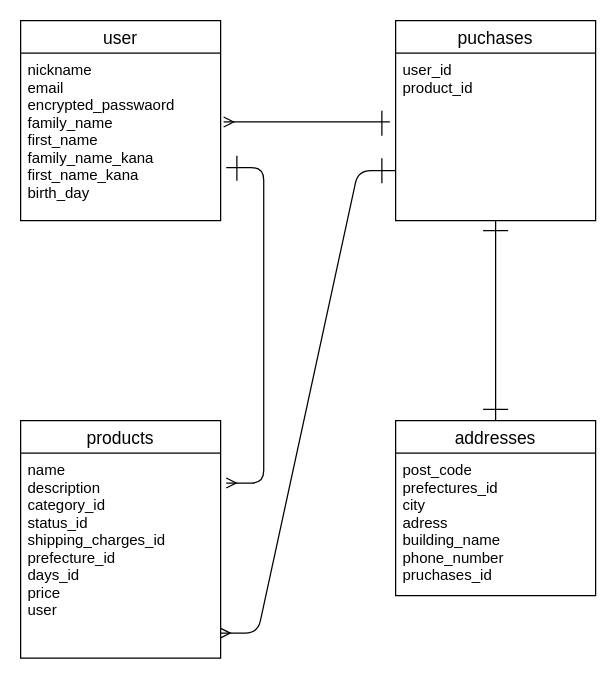
Earlier version of the draw.io diagram firima.dio (Kawase-Ryo/furima-38243). Source tidied: cells renumbered, new cells numbered last; positions are measured from the earlier drawing's top-left corner, leaving out a move shared by most shapes. Both pictures are drawn from the tidied source at 125%, with x=0, y=0 at pixel (20, 20).
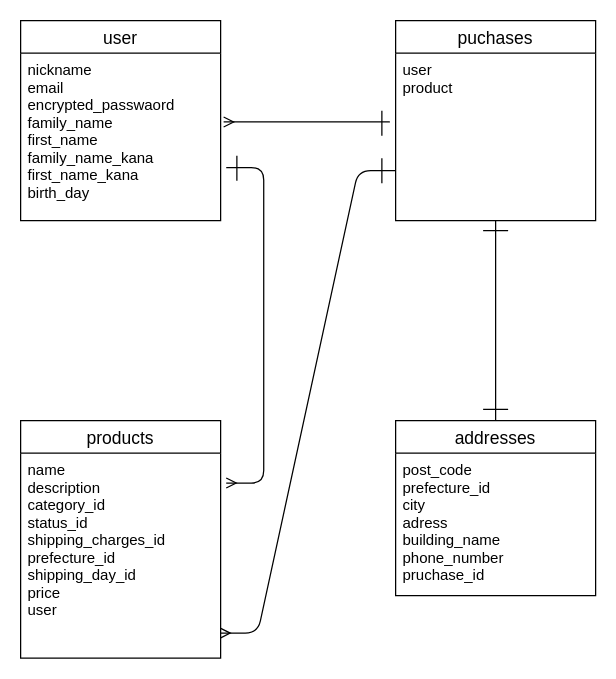
Above is the later version.

Commit message (it also covers changes not shown here):
データベース設計-20

Change to the diagram source:
```diff
@@
 <mxGraphModel>
   <root>
     <mxCell id="0" />
     <mxCell id="1" parent="0" />
     <mxCell id="2" value="user" style="swimlane;fontStyle=0;horizontal=1;startSize=26;align=center;fontSize=14;" parent="1" vertex="1">
       <mxGeometry width="160" height="160" as="geometry" />
     </mxCell>
     <mxCell id="3" value="nickname&#10;email&#10;encrypted_passwaord&#10;family_name&#10;first_name&#10;family_name_kana&#10;first_name_kana&#10;birth_day" style="text;strokeColor=none;fillColor=none;spacingLeft=4;spacingRight=4;overflow=hidden;points=[[0,0.5],[1,0.5]];portConstraint=eastwest;fontSize=12;" parent="2" vertex="1">
       <mxGeometry y="26" width="160" height="134" as="geometry" />
     </mxCell>
     <mxCell id="4" value="puchases" style="swimlane;fontStyle=0;horizontal=1;startSize=26;align=center;fontSize=14;" parent="1" vertex="1">
       <mxGeometry x="300" width="160" height="160" as="geometry" />
     </mxCell>
-    <mxCell id="5" value="user_id&#10;product_id" style="text;strokeColor=none;fillColor=none;spacingLeft=4;spacingRight=4;overflow=hidden;points=[[0,0.5],[1,0.5]];portConstraint=eastwest;fontSize=12;" parent="4" vertex="1">
+    <mxCell id="5" value="user&#10;product" style="text;strokeColor=none;fillColor=none;spacingLeft=4;spacingRight=4;overflow=hidden;points=[[0,0.5],[1,0.5]];portConstraint=eastwest;fontSize=12;" parent="4" vertex="1">
       <mxGeometry y="26" width="160" height="134" as="geometry" />
     </mxCell>
     <mxCell id="6" value="products" style="swimlane;fontStyle=0;horizontal=1;startSize=26;align=center;fontSize=14;" parent="1" vertex="1">
       <mxGeometry y="320" width="160" height="190" as="geometry" />
     </mxCell>
-    <mxCell id="7" value="name&#10;description&#10;category_id&#10;status_id&#10;shipping_charges_id&#10;prefecture_id&#10;days_id&#10;price&#10;user" style="text;strokeColor=none;fillColor=none;spacingLeft=4;spacingRight=4;overflow=hidden;points=[[0,0.5],[1,0.5]];portConstraint=eastwest;fontSize=12;" parent="6" vertex="1">
+    <mxCell id="7" value="name&#10;description&#10;category_id&#10;status_id&#10;shipping_charges_id&#10;prefecture_id&#10;shipping_day_id&#10;price&#10;user" style="text;strokeColor=none;fillColor=none;spacingLeft=4;spacingRight=4;overflow=hidden;points=[[0,0.5],[1,0.5]];portConstraint=eastwest;fontSize=12;" parent="6" vertex="1">
       <mxGeometry y="26" width="160" height="164" as="geometry" />
     </mxCell>
     <mxCell id="8" value="addresses" style="swimlane;fontStyle=0;horizontal=1;startSize=26;align=center;fontSize=14;" parent="1" vertex="1">
       <mxGeometry x="300" y="320" width="160" height="140" as="geometry" />
     </mxCell>
-    <mxCell id="9" value="post_code&#10;prefectures_id&#10;city&#10;adress&#10;building_name&#10;phone_number&#10;pruchases_id" style="text;strokeColor=none;fillColor=none;spacingLeft=4;spacingRight=4;overflow=hidden;fontSize=12;" parent="8" vertex="1">
+    <mxCell id="9" value="post_code&#10;prefecture_id&#10;city&#10;adress&#10;building_name&#10;phone_number&#10;pruchase_id" style="text;strokeColor=none;fillColor=none;spacingLeft=4;spacingRight=4;overflow=hidden;fontSize=12;" parent="8" vertex="1">
       <mxGeometry y="26" width="160" height="114" as="geometry" />
     </mxCell>
     <mxCell id="10" style="edgeStyle=entityRelationEdgeStyle;fontSize=12;html=1;endArrow=ERmany;fontColor=none;exitX=0;exitY=0.701;exitDx=0;exitDy=0;exitPerimeter=0;entryX=0.998;entryY=0.878;entryDx=0;entryDy=0;entryPerimeter=0;" parent="1" edge="1" source="5" target="7">
       <mxGeometry relative="1" as="geometry" />
     </mxCell>
     <mxCell id="11" style="edgeStyle=entityRelationEdgeStyle;fontSize=12;html=1;endArrow=ERmany;fontColor=none;entryX=1.015;entryY=0.411;entryDx=0;entryDy=0;entryPerimeter=0;" parent="1" edge="1" target="3">
       <mxGeometry relative="1" as="geometry">
         <mxPoint x="270" y="81" as="sourcePoint" />
       </mxGeometry>
     </mxCell>
     <mxCell id="12" style="endArrow=none;html=1;rounded=0;fontColor=none;" parent="1" edge="1" source="5" target="8">
       <mxGeometry relative="1" as="geometry" />
     </mxCell>
     <mxCell id="13" style="line;strokeWidth=1;dashed=0;labelPosition=right;align=left;verticalAlign=middle;spacingTop=0;spacingLeft=6;fontColor=none;direction=south;" parent="1" vertex="1">
       <mxGeometry x="168" y="108" width="10" height="20" as="geometry" />
     </mxCell>
     <mxCell id="14" style="line;strokeWidth=1;dashed=0;labelPosition=right;align=left;verticalAlign=middle;spacingTop=0;spacingLeft=6;fontColor=none;direction=south;" parent="1" vertex="1">
       <mxGeometry x="284" y="110" width="10" height="20" as="geometry" />
     </mxCell>
     <mxCell id="15" style="line;strokeWidth=1;dashed=0;labelPosition=right;align=left;verticalAlign=middle;spacingTop=0;spacingLeft=6;fontColor=none;direction=south;" parent="1" vertex="1">
       <mxGeometry x="284" y="72" width="10" height="20" as="geometry" />
     </mxCell>
     <mxCell id="16" style="line;strokeWidth=1;dashed=0;labelPosition=right;align=left;verticalAlign=middle;spacingTop=0;spacingLeft=6;fontColor=none;direction=west;" parent="1" vertex="1">
       <mxGeometry x="370" y="163" width="20" height="10" as="geometry" />
     </mxCell>
     <mxCell id="17" style="line;strokeWidth=1;dashed=0;labelPosition=right;align=left;verticalAlign=middle;spacingTop=0;spacingLeft=6;fontColor=none;direction=west;" parent="1" vertex="1">
       <mxGeometry x="370" y="306" width="20" height="10" as="geometry" />
     </mxCell>
     <mxCell id="18" style="edgeStyle=entityRelationEdgeStyle;fontSize=12;html=1;endArrow=ERmany;fontColor=none;entryX=1.028;entryY=0.146;entryDx=0;entryDy=0;entryPerimeter=0;exitX=1.028;exitY=0.683;exitDx=0;exitDy=0;exitPerimeter=0;" parent="1" edge="1" source="3" target="7">
       <mxGeometry relative="1" as="geometry" />
     </mxCell>
   </root>
 </mxGraphModel>
```
